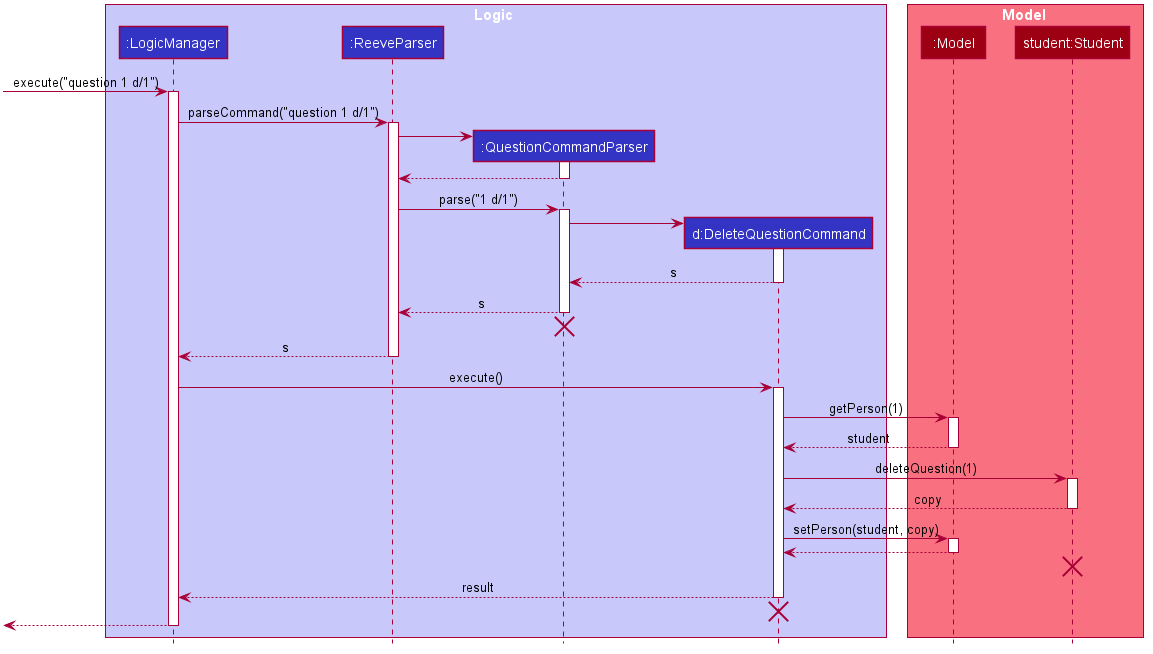
This is docs/images/DeleteQuestionSequenceDiagram.png from nus-cs2103-AY2021S1/tp, a PlantUML export, as it was before one commit.
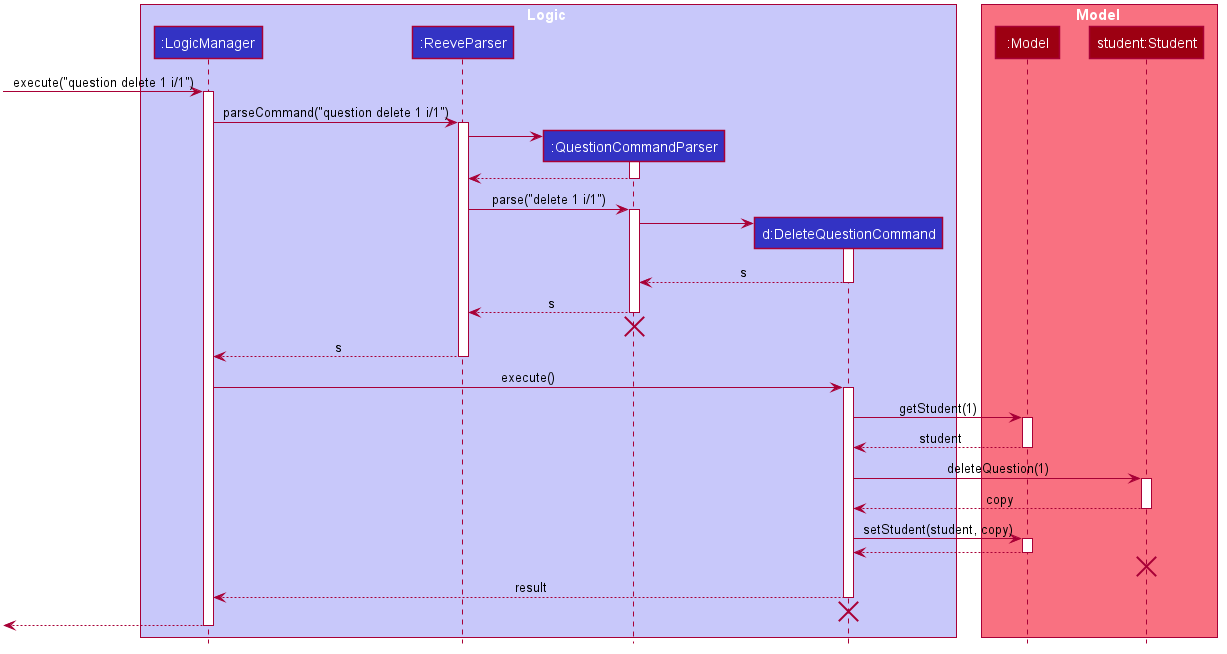
After the commit.

The edit, as a diff of the source:
```diff
@@ -60,10 +60,10 @@
 participant "student:Student" as Student #9D0012
 end box
 
-[-> LogicManager : execute("question 1 d/1")
+[-> LogicManager : execute("question delete 1 i/1")
 activate LogicManager
 
-LogicManager -> ReeveParser : parseCommand("question 1 d/1")
+LogicManager -> ReeveParser : parseCommand("question delete 1 i/1")
 activate ReeveParser
 
 create QuestionCommandParser
@@ -73,7 +73,7 @@
 QuestionCommandParser --> ReeveParser
 deactivate QuestionCommandParser
 
-ReeveParser -> QuestionCommandParser : parse("1 d/1")
+ReeveParser -> QuestionCommandParser : parse("delete 1 i/1")
 activate QuestionCommandParser
 
 create DeleteQuestionCommand
@@ -95,7 +95,7 @@
 LogicManager -> DeleteQuestionCommand : execute()
 activate DeleteQuestionCommand
 
-DeleteQuestionCommand -> Model : getPerson(1)
+DeleteQuestionCommand -> Model : getStudent(1)
 activate Model
 
 Model --> DeleteQuestionCommand : student
@@ -107,7 +107,7 @@
 Student --> DeleteQuestionCommand : copy
 deactivate Student
 
-DeleteQuestionCommand -> Model : setPerson(student, copy)
+DeleteQuestionCommand -> Model : setStudent(student, copy)
 activate Model
 
 Model --> DeleteQuestionCommand
```
